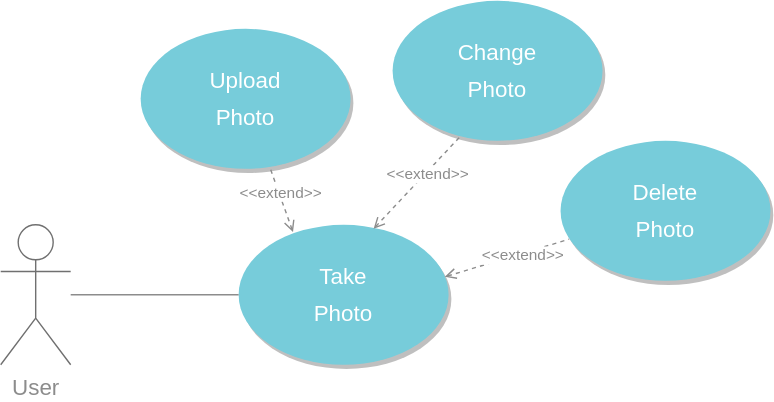
Before: documentation/diagrams/use_case1.svg, a diagram exported from draw.io (feedme-foodapp/receipt-processor). Source tidied: cells renumbered, new cells last; positions are measured from the earlier drawing's top-left corner, leaving out a move shared by most shapes. Its diagram source:
```xml
<mxGraphModel>
  <root>
    <mxCell id="0" />
    <mxCell id="1" parent="0" />
    <mxCell id="2" value="&lt;font style=&quot;font-size: 16px&quot; color=&quot;#8c8c8c&quot;&gt;User&lt;/font&gt;" style="shape=umlActor;verticalLabelPosition=bottom;verticalAlign=top;html=1;outlineConnect=0;strokeColor=#707070;" parent="1" vertex="1">
      <mxGeometry y="160" width="50" height="100" as="geometry" />
    </mxCell>
    <mxCell id="3" value="&lt;font style=&quot;font-size: 16px ; line-height: 160%&quot; color=&quot;#ffffff&quot;&gt;Take &lt;br&gt;Photo&lt;/font&gt;" style="ellipse;whiteSpace=wrap;html=1;strokeColor=none;shadow=1;fillColor=#77CCDA;" parent="1" vertex="1">
      <mxGeometry x="170" y="160" width="150" height="100" as="geometry" />
    </mxCell>
    <mxCell id="4" value="&lt;span style=&quot;font-size: 16px ; line-height: 160%&quot;&gt;&lt;font color=&quot;#ffffff&quot;&gt;Change&lt;br&gt;Photo&lt;/font&gt;&lt;br&gt;&lt;/span&gt;" style="ellipse;whiteSpace=wrap;html=1;strokeColor=none;shadow=1;fillColor=#77CCDA;" parent="1" vertex="1">
      <mxGeometry x="280" width="150" height="100" as="geometry" />
    </mxCell>
    <mxCell id="5" value="&lt;span style=&quot;font-size: 16px ; line-height: 160%&quot;&gt;&lt;font color=&quot;#ffffff&quot;&gt;Delete&lt;br&gt;Photo&lt;/font&gt;&lt;br&gt;&lt;/span&gt;" style="ellipse;whiteSpace=wrap;html=1;strokeColor=none;shadow=1;fillColor=#77CCDA;" parent="1" vertex="1">
      <mxGeometry x="400" y="100" width="150" height="100" as="geometry" />
    </mxCell>
    <mxCell id="6" style="endArrow=none;html=1;entryX=0;entryY=0.5;entryDx=0;entryDy=0;endFill=0;strokeColor=#8C8C8C;" parent="1" edge="1" source="2" target="3">
      <mxGeometry relative="1" as="geometry" />
    </mxCell>
    <mxCell id="7" style="endArrow=none;html=1;dashed=1;startArrow=open;startFill=0;endFill=0;exitX=0.643;exitY=0.028;exitDx=0;exitDy=0;entryX=0.321;entryY=0.971;entryDx=0;entryDy=0;entryPerimeter=0;exitPerimeter=0;strokeColor=#8C8C8C;" parent="1" edge="1" source="3" target="4">
      <mxGeometry relative="1" as="geometry" />
    </mxCell>
    <mxCell id="8" value="&lt;font color=&quot;#8c8c8c&quot;&gt;&amp;lt;&amp;lt;extend&amp;gt;&amp;gt;&lt;/font&gt;" style="edgeLabel;html=1;align=center;verticalAlign=middle;" parent="7" vertex="1">
      <mxGeometry x="0.22" y="-1" relative="1" as="geometry" />
    </mxCell>
    <mxCell id="9" style="endArrow=none;html=1;dashed=1;startArrow=open;startFill=0;endFill=0;exitX=0.982;exitY=0.372;exitDx=0;exitDy=0;exitPerimeter=0;strokeColor=#8C8C8C;entryX=0.041;entryY=0.703;entryDx=0;entryDy=0;entryPerimeter=0;" parent="1" edge="1" source="3" target="5">
      <mxGeometry relative="1" as="geometry" />
    </mxCell>
    <mxCell id="10" value="&lt;font color=&quot;#8c8c8c&quot;&gt;&amp;lt;&amp;lt;extend&amp;gt;&amp;gt;&lt;/font&gt;" style="edgeLabel;html=1;align=center;verticalAlign=middle;" parent="9" vertex="1">
      <mxGeometry x="0.22" y="-1" relative="1" as="geometry" />
    </mxCell>
    <mxCell id="11" value="&lt;span style=&quot;font-size: 16px ; line-height: 160%&quot;&gt;&lt;font color=&quot;#ffffff&quot;&gt;Upload&lt;br&gt;Photo&lt;/font&gt;&lt;br&gt;&lt;/span&gt;" style="ellipse;whiteSpace=wrap;html=1;strokeColor=none;shadow=1;fillColor=#77CCDA;" parent="1" vertex="1">
      <mxGeometry x="100" y="20" width="150" height="100" as="geometry" />
    </mxCell>
    <mxCell id="12" style="endArrow=none;html=1;dashed=1;startArrow=open;startFill=0;endFill=0;exitX=0.259;exitY=0.052;exitDx=0;exitDy=0;entryX=0.615;entryY=0.988;entryDx=0;entryDy=0;entryPerimeter=0;exitPerimeter=0;fillColor=#f5f5f5;strokeColor=#8C8C8C;" parent="1" edge="1" source="3" target="11">
      <mxGeometry relative="1" as="geometry" />
    </mxCell>
    <mxCell id="13" value="&lt;font color=&quot;#8c8c8c&quot;&gt;&amp;lt;&amp;lt;extend&amp;gt;&amp;gt;&lt;/font&gt;" style="edgeLabel;html=1;align=center;verticalAlign=middle;" parent="12" vertex="1">
      <mxGeometry x="0.22" y="-1" relative="1" as="geometry" />
    </mxCell>
  </root>
</mxGraphModel>
```
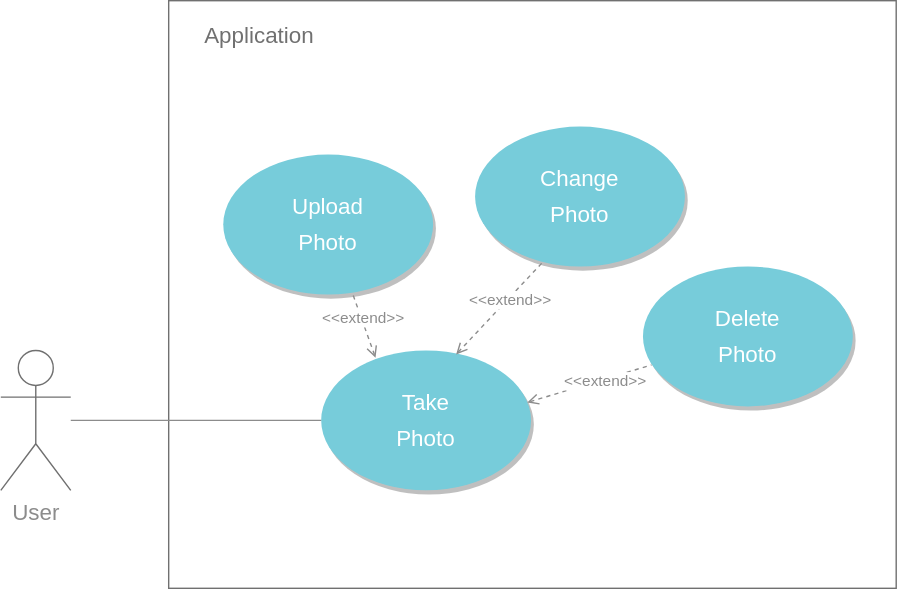
After the commit.

Commit message:
docs: updated use case diagram

The edit, as a diff of the source:
```diff
@@ -2,8 +2,11 @@
   <root>
     <mxCell id="0" />
     <mxCell id="1" parent="0" />
+    <mxCell id="14" style="rounded=0;whiteSpace=wrap;html=1;fillColor=none;strokeColor=#707070;glass=0;" parent="1" vertex="1">
+      <mxGeometry x="61" y="-90" width="520" height="420" as="geometry" />
+    </mxCell>
     <mxCell id="2" value="&lt;font style=&quot;font-size: 16px&quot; color=&quot;#8c8c8c&quot;&gt;User&lt;/font&gt;" style="shape=umlActor;verticalLabelPosition=bottom;verticalAlign=top;html=1;outlineConnect=0;strokeColor=#707070;" parent="1" vertex="1">
-      <mxGeometry y="160" width="50" height="100" as="geometry" />
+      <mxGeometry x="-59" y="160" width="50" height="100" as="geometry" />
     </mxCell>
     <mxCell id="3" value="&lt;font style=&quot;font-size: 16px ; line-height: 160%&quot; color=&quot;#ffffff&quot;&gt;Take &lt;br&gt;Photo&lt;/font&gt;" style="ellipse;whiteSpace=wrap;html=1;strokeColor=none;shadow=1;fillColor=#77CCDA;" parent="1" vertex="1">
       <mxGeometry x="170" y="160" width="150" height="100" as="geometry" />
@@ -38,5 +41,8 @@
     <mxCell id="13" value="&lt;font color=&quot;#8c8c8c&quot;&gt;&amp;lt;&amp;lt;extend&amp;gt;&amp;gt;&lt;/font&gt;" style="edgeLabel;html=1;align=center;verticalAlign=middle;" parent="12" vertex="1">
       <mxGeometry x="0.22" y="-1" relative="1" as="geometry" />
     </mxCell>
+    <mxCell id="15" value="&lt;font style=&quot;font-size: 16px&quot; color=&quot;#707070&quot;&gt;Application&lt;/font&gt;" style="text;html=1;strokeColor=none;fillColor=none;align=center;verticalAlign=middle;whiteSpace=wrap;rounded=0;" parent="1" vertex="1">
+      <mxGeometry x="61" y="-90" width="130" height="50" as="geometry" />
+    </mxCell>
   </root>
 </mxGraphModel>
```
